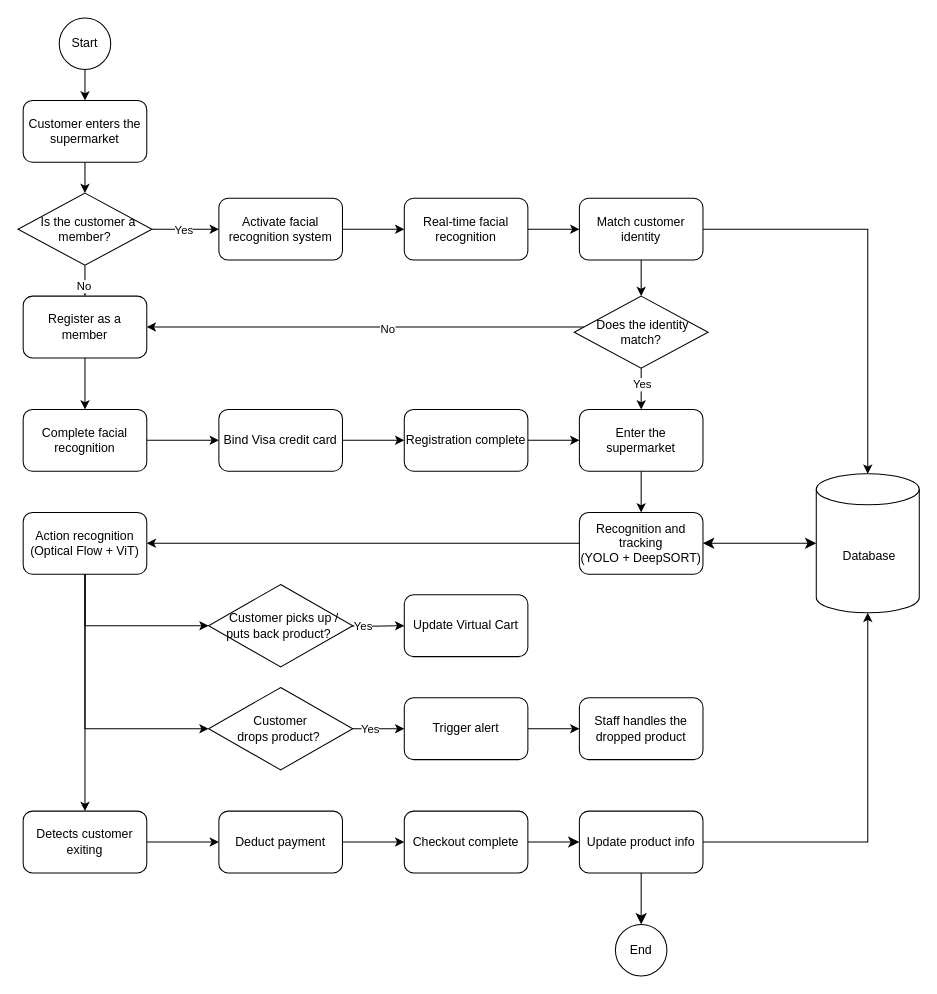
Earlier version of the draw.io diagram Flowchart.drawio (yannsusu/SwiftMart). Source tidied: cells renumbered, new cells numbered last; positions are measured from the earlier drawing's top-left corner, leaving out a move shared by most shapes. Both pictures are drawn from the tidied source at 103%, with x=0, y=0 at pixel (18, 18).
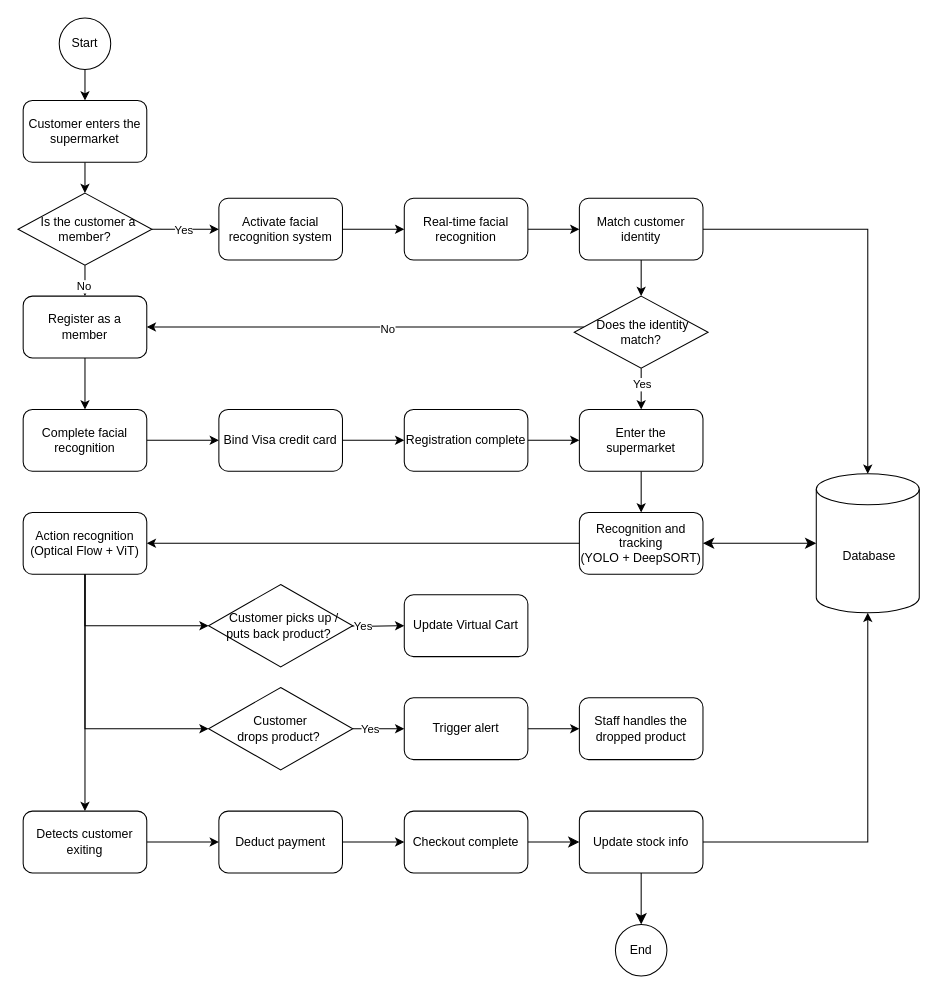
The same page after the edit.

Change to the diagram source:
```diff
@@
-    <mxCell id="58" value="Update product info" style="whiteSpace=wrap;html=1;rounded=1;" parent="1" vertex="1">
+    <mxCell id="58" value="Update stock info" style="whiteSpace=wrap;html=1;rounded=1;" parent="1" vertex="1">
       <mxGeometry x="545" y="770" width="120" height="60" as="geometry" />
     </mxCell>
```
